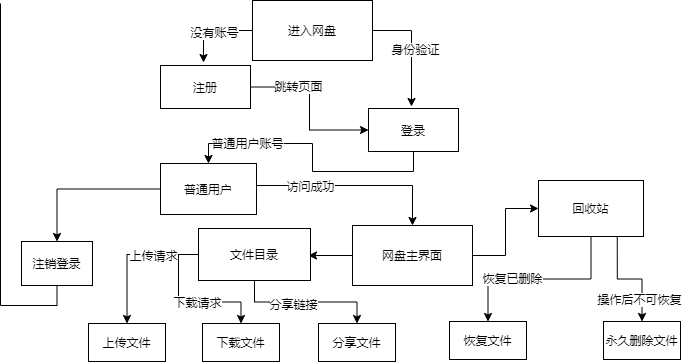
The draw.io diagram 数据流图.png in deepinsea/draw, before a commit. Source tidied: cells renumbered, new cells last; positions are measured from the earlier drawing's top-left corner, leaving out a move shared by most shapes.
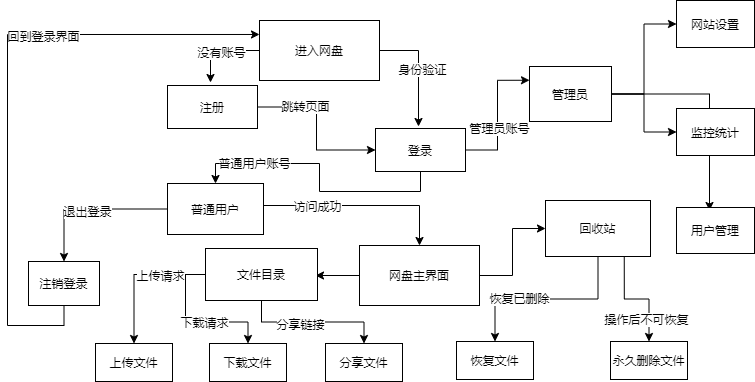
After the change.

Commit message:
更新数据流图.png

Diff of the diagram source:
```diff
@@ -56,6 +56,14 @@
     <mxCell id="14" value="普通用户账号" style="edgeLabel;html=1;align=center;verticalAlign=middle;" parent="13" vertex="1">
       <mxGeometry x="0.57" y="-1" relative="1" as="geometry" />
     </mxCell>
+    <mxCell id="40" style="edgeStyle=orthogonalEdgeStyle;rounded=0;jettySize=auto;html=1;exitX=1;exitY=0.5;exitDx=0;exitDy=0;entryX=0;entryY=0.25;entryDx=0;entryDy=0;endArrow=classic;endFill=1;sketch=0;" parent="1" edge="1" source="15" target="48">
+      <mxGeometry relative="1" as="geometry" />
+    </mxCell>
+    <mxCell id="41" value="管理员账号" style="edgeLabel;html=1;align=center;verticalAlign=middle;" parent="40" vertex="1">
+      <mxGeometry x="-0.18" y="-1" relative="1" as="geometry">
+        <mxPoint y="1" as="offset" />
+      </mxGeometry>
+    </mxCell>
     <mxCell id="15" value="登录" style="rounded=0;whiteSpace=wrap;html=1;" parent="1" vertex="1">
       <mxGeometry x="368" y="108" width="90" height="43" as="geometry" />
     </mxCell>
@@ -130,16 +138,50 @@
     <mxCell id="36" style="edgeStyle=orthogonalEdgeStyle;rounded=0;jettySize=auto;html=1;" parent="1" edge="1" source="37" target="39">
       <mxGeometry relative="1" as="geometry" />
     </mxCell>
+    <mxCell id="42" value="退出登录" style="edgeLabel;html=1;align=center;verticalAlign=middle;" parent="36" vertex="1">
+      <mxGeometry x="0.04" y="2" relative="1" as="geometry" />
+    </mxCell>
     <mxCell id="37" value="普通用户" style="rounded=0;whiteSpace=wrap;html=1;" parent="1" vertex="1">
       <mxGeometry x="160" y="163" width="96" height="51" as="geometry" />
     </mxCell>
     <mxCell id="38" style="edgeStyle=orthogonalEdgeStyle;rounded=0;jettySize=auto;html=1;exitX=0.5;exitY=1;exitDx=0;exitDy=0;endArrow=none;endFill=0;" parent="1" edge="1" source="39">
       <mxGeometry relative="1" as="geometry">
-        <mxPoint y="3" as="targetPoint" />
+        <mxPoint y="14" as="targetPoint" />
       </mxGeometry>
     </mxCell>
     <mxCell id="39" value="注销登录" style="rounded=0;whiteSpace=wrap;html=1;" parent="1" vertex="1">
       <mxGeometry x="21" y="241" width="71" height="44" as="geometry" />
     </mxCell>
+    <mxCell id="43" style="endArrow=classic;html=1;entryX=0;entryY=0.233;entryDx=0;entryDy=0;entryPerimeter=0;" parent="1" edge="1" target="7">
+      <mxGeometry relative="1" as="geometry">
+        <mxPoint y="14" as="sourcePoint" />
+      </mxGeometry>
+    </mxCell>
+    <mxCell id="44" value="回到登录界面" style="edgeLabel;html=1;align=center;verticalAlign=middle;" parent="43" vertex="1">
+      <mxGeometry x="-0.72" y="-2" relative="1" as="geometry" />
+    </mxCell>
+    <mxCell id="45" style="edgeStyle=orthogonalEdgeStyle;rounded=0;jettySize=auto;html=1;exitX=1;exitY=0.5;exitDx=0;exitDy=0;entryX=0;entryY=0.5;entryDx=0;entryDy=0;endArrow=classic;endFill=1;" parent="1" edge="1" source="48" target="50">
+      <mxGeometry relative="1" as="geometry" />
+    </mxCell>
+    <mxCell id="46" style="edgeStyle=orthogonalEdgeStyle;rounded=0;sketch=0;jettySize=auto;html=1;startArrow=none;startFill=0;endArrow=classic;endFill=1;" parent="1" edge="1" source="48" target="51">
+      <mxGeometry relative="1" as="geometry" />
+    </mxCell>
+    <mxCell id="47" style="edgeStyle=orthogonalEdgeStyle;rounded=0;sketch=0;jettySize=auto;html=1;startArrow=none;startFill=0;endArrow=classic;endFill=1;" parent="1" edge="1" source="48">
+      <mxGeometry relative="1" as="geometry">
+        <mxPoint x="702" y="190" as="targetPoint" />
+      </mxGeometry>
+    </mxCell>
+    <mxCell id="48" value="管理员" style="rounded=0;whiteSpace=wrap;html=1;" parent="1" vertex="1">
+      <mxGeometry x="522" y="46" width="82" height="55" as="geometry" />
+    </mxCell>
+    <mxCell id="49" value="用户管理" style="rounded=0;whiteSpace=wrap;html=1;" parent="1" vertex="1">
+      <mxGeometry x="669" y="187" width="78" height="46" as="geometry" />
+    </mxCell>
+    <mxCell id="50" value="网站设置" style="rounded=0;whiteSpace=wrap;html=1;" parent="1" vertex="1">
+      <mxGeometry x="669" y="-20" width="78" height="47" as="geometry" />
+    </mxCell>
+    <mxCell id="51" value="监控统计" style="rounded=0;whiteSpace=wrap;html=1;" parent="1" vertex="1">
+      <mxGeometry x="669" y="88" width="78" height="47" as="geometry" />
+    </mxCell>
   </root>
 </mxGraphModel>
```
